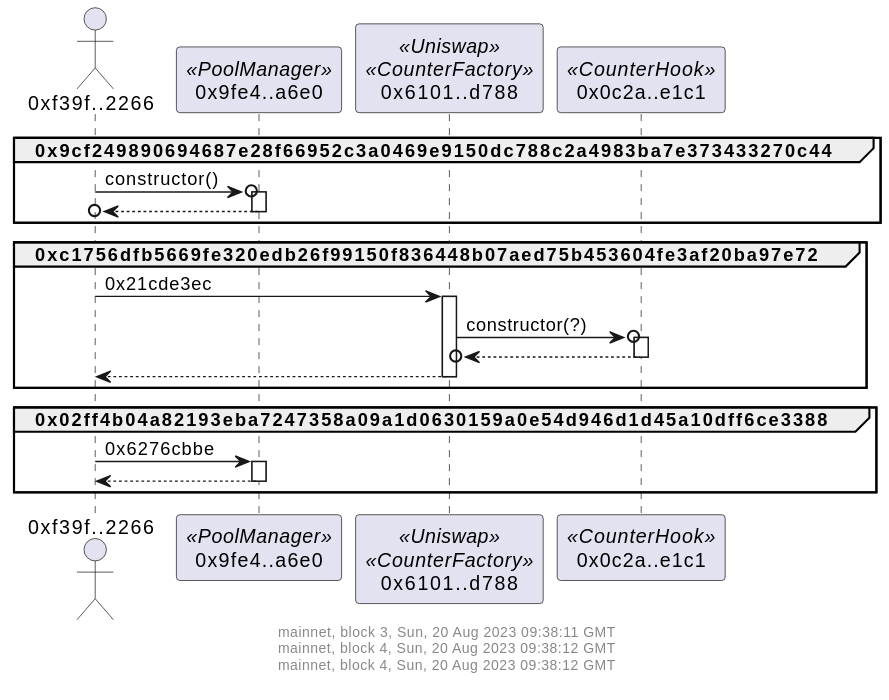
This is docs/counterSetup.svg from naddison36/uniswap-v4-hooks, a PlantUML export, as it was before one commit.
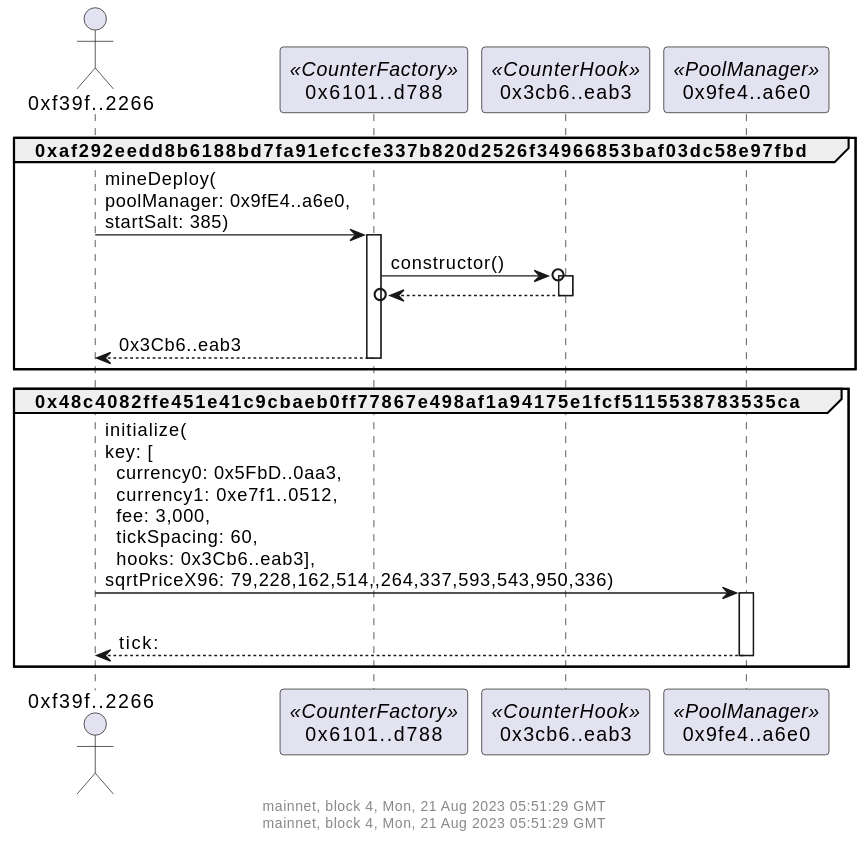
The same diagram one commit later.

Commit message:
Pool setup diagram

What changed in the source:
```diff
@@ -1,34 +1,27 @@
 @startuml
 footer
-mainnet, block 3, Sun, 20 Aug 2023 09:38:11 GMT
-mainnet, block 4, Sun, 20 Aug 2023 09:38:12 GMT
-mainnet, block 4, Sun, 20 Aug 2023 09:38:12 GMT
+mainnet, block 4, Mon, 21 Aug 2023 05:51:29 GMT
+mainnet, block 4, Mon, 21 Aug 2023 05:51:29 GMT
 
 endfooter
 actor "0xf39f..2266" as f39f2266
+participant "0x6101..d788" as 6101d788 <<CounterFactory>>
+participant "0x3cb6..eab3" as 3cb6eab3 <<CounterHook>>
 participant "0x9fe4..a6e0" as 9fe4a6e0 <<PoolManager>>
-participant "0x6101..d788" as 6101d788 <<Uniswap>><<CounterFactory>>
-participant "0x0c2a..e1c1" as 0c2ae1c1 <<CounterHook>>
 
-group 0x9cf249890694687e28f66952c3a0469e9150dc788c2a4983ba7e373433270c44
-f39f2266 ->o 9fe4a6e0: constructor()
-activate 9fe4a6e0
+group 0xaf292eedd8b6188bd7fa91efccfe337b820d2526f34966853baf03dc58e97fbd
+f39f2266 -> 6101d788: mineDeploy(\npoolManager: 0x9fE4..a6e0,\nstartSalt: 385)
+activate 6101d788
+6101d788 ->o 3cb6eab3: constructor()
+activate 3cb6eab3
 return
+return\n0x3Cb6..eab3
 
 end
-group 0xc1756dfb5669fe320edb26f99150f836448b07aed75b453604fe3af20ba97e72
-f39f2266 -> 6101d788: 0x21cde3ec
-activate 6101d788
-6101d788 ->o 0c2ae1c1: constructor(?)
-activate 0c2ae1c1
-return
-return
-
-end
-group 0x02ff4b04a82193eba7247358a09a1d0630159a0e54d946d1d45a10dff6ce3388
-f39f2266 -> 9fe4a6e0: 0x6276cbbe
+group 0x48c4082ffe451e41c9cbaeb0ff77867e498af1a94175e1fcf5115538783535ca
+f39f2266 -> 9fe4a6e0: initialize(\nkey: [\n  currency0: 0x5FbD..0aa3,\n  currency1: 0xe7f1..0512,\n  fee: 3,000,\n  tickSpacing: 60,\n  hooks: 0x3Cb6..eab3],\nsqrtPriceX96: 79,228,162,514,,264,337,593,543,950,336)
 activate 9fe4a6e0
-return
+return\ntick:
 
 end
 @enduml
```
